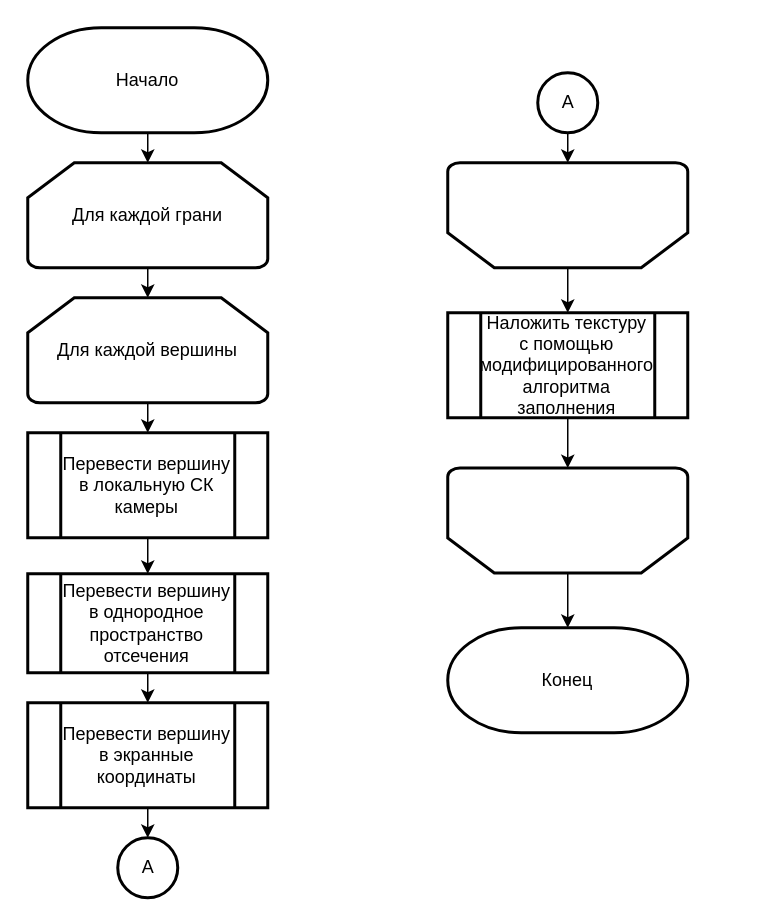
Earlier version of the draw.io diagram docs/rpz/imgs/2.8.drawio (Yokud/CGCourseWork). Source tidied: cells renumbered, new cells numbered last; positions are measured from the earlier drawing's top-left corner, leaving out a move shared by most shapes. Both pictures are drawn from the tidied source at 150%, with x=0, y=0 at pixel (27, 27).
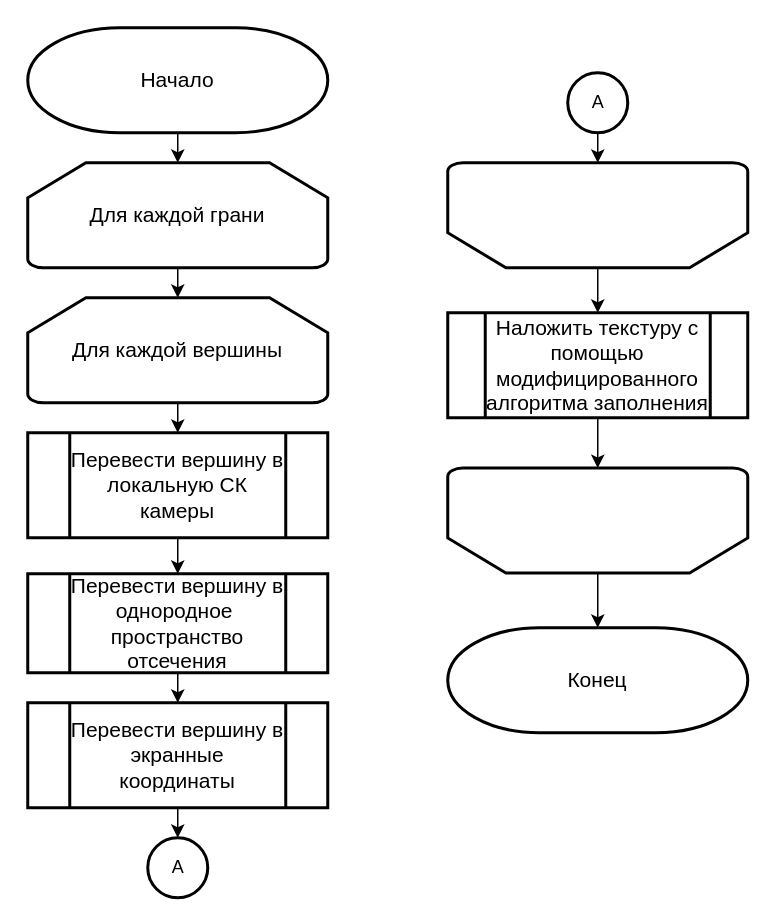
The same page after the edit.

What changed in the source:
```diff
@@
-    <mxCell id="3" value="Начало" style="strokeWidth=2;html=1;shape=mxgraph.flowchart.terminator;whiteSpace=wrap;" parent="1" vertex="1">
-      <mxGeometry width="160" height="70" as="geometry" />
+    <mxCell id="3" value="&lt;font style=&quot;font-size: 14px&quot;&gt;Начало&lt;/font&gt;" style="strokeWidth=2;html=1;shape=mxgraph.flowchart.terminator;whiteSpace=wrap;" parent="1" vertex="1">
+      <mxGeometry width="200" height="70" as="geometry" />
     </mxCell>
@@
-    <mxCell id="5" value="Для каждой грани" style="strokeWidth=2;html=1;shape=mxgraph.flowchart.loop_limit;whiteSpace=wrap;perimeter=rectanglePerimeter;" parent="1" vertex="1">
-      <mxGeometry y="90" width="160" height="70" as="geometry" />
+    <mxCell id="5" value="&lt;font style=&quot;font-size: 14px&quot;&gt;Для каждой грани&lt;/font&gt;" style="strokeWidth=2;html=1;shape=mxgraph.flowchart.loop_limit;whiteSpace=wrap;perimeter=rectanglePerimeter;" parent="1" vertex="1">
+      <mxGeometry y="90" width="200" height="70" as="geometry" />
     </mxCell>
@@
-    <mxCell id="7" value="Для каждой вершины" style="strokeWidth=2;html=1;shape=mxgraph.flowchart.loop_limit;whiteSpace=wrap;" parent="1" vertex="1">
-      <mxGeometry y="180" width="160" height="70" as="geometry" />
+    <mxCell id="7" value="&lt;font style=&quot;font-size: 14px&quot;&gt;Для каждой вершины&lt;/font&gt;" style="strokeWidth=2;html=1;shape=mxgraph.flowchart.loop_limit;whiteSpace=wrap;" parent="1" vertex="1">
+      <mxGeometry y="180" width="200" height="70" as="geometry" />
     </mxCell>
@@
-    <mxCell id="9" value="Перевести вершину в локальную СК камеры" style="verticalLabelPosition=middle;verticalAlign=middle;html=1;shape=process;whiteSpace=wrap;rounded=0;size=0.14;arcSize=6;strokeWidth=2;labelPosition=center;align=center;" parent="1" vertex="1">
-      <mxGeometry y="270" width="160" height="70" as="geometry" />
+    <mxCell id="9" value="&lt;font style=&quot;font-size: 14px&quot;&gt;Перевести вершину в локальную СК камеры&lt;/font&gt;" style="verticalLabelPosition=middle;verticalAlign=middle;html=1;shape=process;whiteSpace=wrap;rounded=0;size=0.14;arcSize=6;strokeWidth=2;labelPosition=center;align=center;" parent="1" vertex="1">
+      <mxGeometry y="270" width="200" height="70" as="geometry" />
     </mxCell>
@@
-    <mxCell id="11" value="Перевести вершину в однородное пространство отсечения" style="verticalLabelPosition=middle;verticalAlign=middle;html=1;shape=process;whiteSpace=wrap;rounded=0;size=0.14;arcSize=6;strokeWidth=2;labelPosition=center;align=center;" parent="1" vertex="1">
-      <mxGeometry y="364" width="160" height="66" as="geometry" />
+    <mxCell id="11" value="&lt;font style=&quot;font-size: 14px&quot;&gt;Перевести вершину в однородное&amp;nbsp; пространство отсечения&lt;/font&gt;" style="verticalLabelPosition=middle;verticalAlign=middle;html=1;shape=process;whiteSpace=wrap;rounded=0;size=0.14;arcSize=6;strokeWidth=2;labelPosition=center;align=center;" parent="1" vertex="1">
+      <mxGeometry y="364" width="200" height="66" as="geometry" />
     </mxCell>
@@
-    <mxCell id="13" value="Перевести вершину в экранные координаты" style="verticalLabelPosition=middle;verticalAlign=middle;html=1;shape=process;whiteSpace=wrap;rounded=0;size=0.14;arcSize=6;strokeWidth=2;labelPosition=center;align=center;" parent="1" vertex="1">
-      <mxGeometry y="450" width="160" height="70" as="geometry" />
+    <mxCell id="13" value="&lt;font style=&quot;font-size: 14px&quot;&gt;Перевести вершину в экранные координаты&lt;/font&gt;" style="verticalLabelPosition=middle;verticalAlign=middle;html=1;shape=process;whiteSpace=wrap;rounded=0;size=0.14;arcSize=6;strokeWidth=2;labelPosition=center;align=center;" parent="1" vertex="1">
+      <mxGeometry y="450" width="200" height="70" as="geometry" />
     </mxCell>
     <mxCell id="14" value="A" style="verticalLabelPosition=middle;verticalAlign=middle;html=1;shape=mxgraph.flowchart.on-page_reference;rounded=0;strokeWidth=2;labelPosition=center;align=center;" parent="1" vertex="1">
-      <mxGeometry x="60" y="540" width="40" height="40" as="geometry" />
+      <mxGeometry x="80" y="540" width="40" height="40" as="geometry" />
     </mxCell>
@@
     <mxCell id="16" value="A" style="verticalLabelPosition=middle;verticalAlign=middle;html=1;shape=mxgraph.flowchart.on-page_reference;rounded=0;strokeWidth=2;labelPosition=center;align=center;" parent="1" vertex="1">
-      <mxGeometry x="340" y="30" width="40" height="40" as="geometry" />
+      <mxGeometry x="360" y="30" width="40" height="40" as="geometry" />
     </mxCell>
@@
     <mxCell id="18" style="strokeWidth=2;html=1;shape=mxgraph.flowchart.loop_limit;whiteSpace=wrap;flipV=1;" parent="1" vertex="1">
-      <mxGeometry x="280" y="90" width="160" height="70" as="geometry" />
+      <mxGeometry x="280" y="90" width="200" height="70" as="geometry" />
     </mxCell>
@@
-    <mxCell id="20" value="&lt;div&gt;&lt;span&gt;Наложить текстуру с помощью модифицированного алгоритма заполнения&lt;/span&gt;&lt;/div&gt;" style="verticalLabelPosition=middle;verticalAlign=middle;html=1;shape=process;whiteSpace=wrap;rounded=0;size=0.14;arcSize=6;strokeWidth=2;labelPosition=center;align=center;" parent="1" vertex="1">
-      <mxGeometry x="280" y="190" width="160" height="70" as="geometry" />
+    <mxCell id="20" value="&lt;div&gt;&lt;span&gt;&lt;font style=&quot;font-size: 14px&quot;&gt;Наложить текстуру с помощью модифицированного алгоритма заполнения&lt;/font&gt;&lt;/span&gt;&lt;/div&gt;" style="verticalLabelPosition=middle;verticalAlign=middle;html=1;shape=process;whiteSpace=wrap;rounded=0;size=0.125;arcSize=6;strokeWidth=2;labelPosition=center;align=center;" parent="1" vertex="1">
+      <mxGeometry x="280" y="190" width="200" height="70" as="geometry" />
     </mxCell>
@@
     <mxCell id="22" style="strokeWidth=2;html=1;shape=mxgraph.flowchart.loop_limit;whiteSpace=wrap;flipV=1;" parent="1" vertex="1">
-      <mxGeometry x="280" y="293.5" width="160" height="70" as="geometry" />
+      <mxGeometry x="280" y="293.5" width="200" height="70" as="geometry" />
     </mxCell>
-    <mxCell id="23" value="Конец" style="strokeWidth=2;html=1;shape=mxgraph.flowchart.terminator;whiteSpace=wrap;" parent="1" vertex="1">
-      <mxGeometry x="280" y="400" width="160" height="70" as="geometry" />
+    <mxCell id="23" value="&lt;font style=&quot;font-size: 14px&quot;&gt;Конец&lt;/font&gt;" style="strokeWidth=2;html=1;shape=mxgraph.flowchart.terminator;whiteSpace=wrap;" parent="1" vertex="1">
+      <mxGeometry x="280" y="400" width="200" height="70" as="geometry" />
     </mxCell>
```
